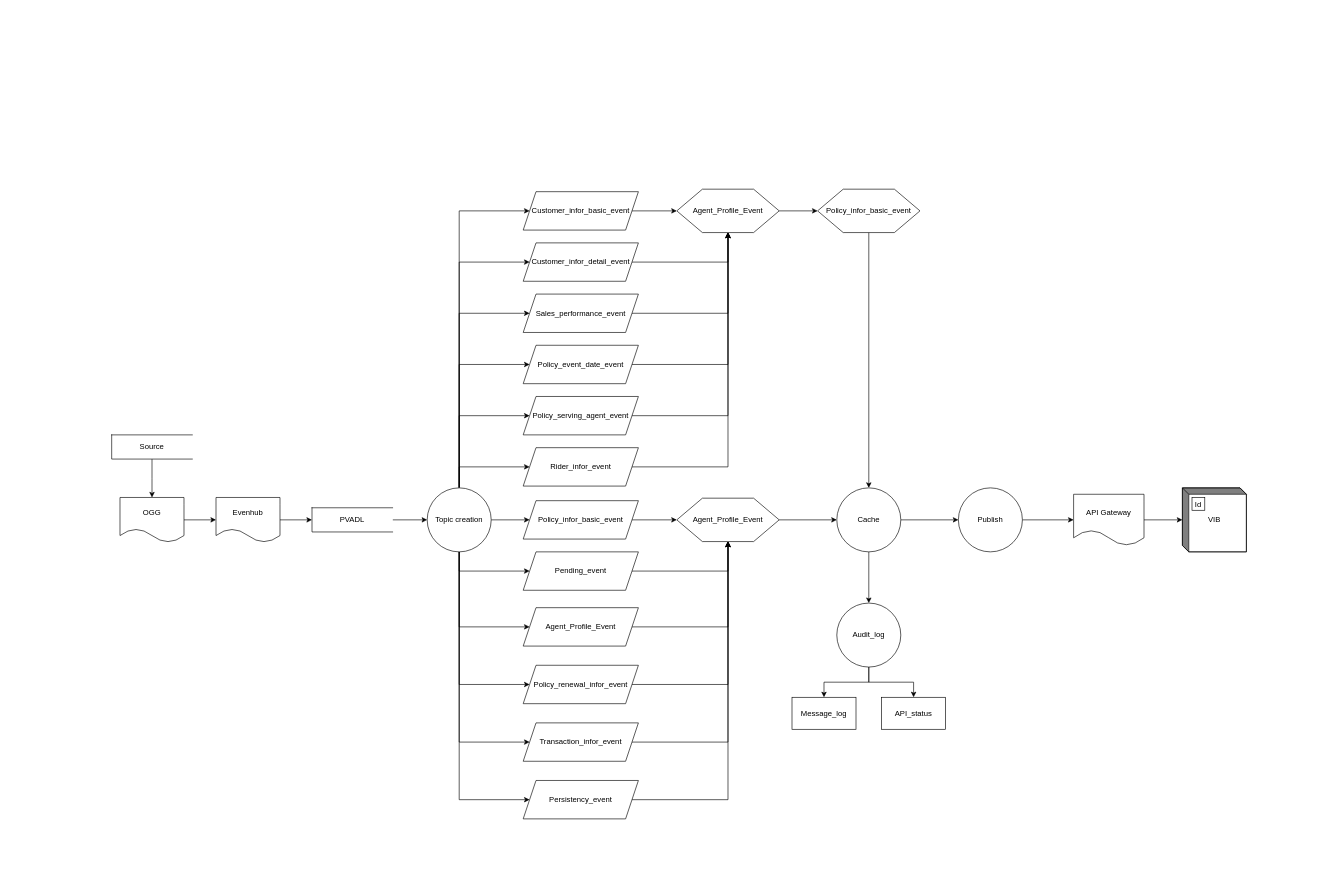
The draw.io diagram DFD VIB.drawio.xml in EpicM97/EpicM, before the edit. Source tidied: cells renumbered, new cells numbered last; positions are measured from the earlier drawing's top-left corner, leaving out a move shared by most shapes. Both pictures are drawn from the tidied source at 64%, with x=0, y=0 at pixel (111, 189).
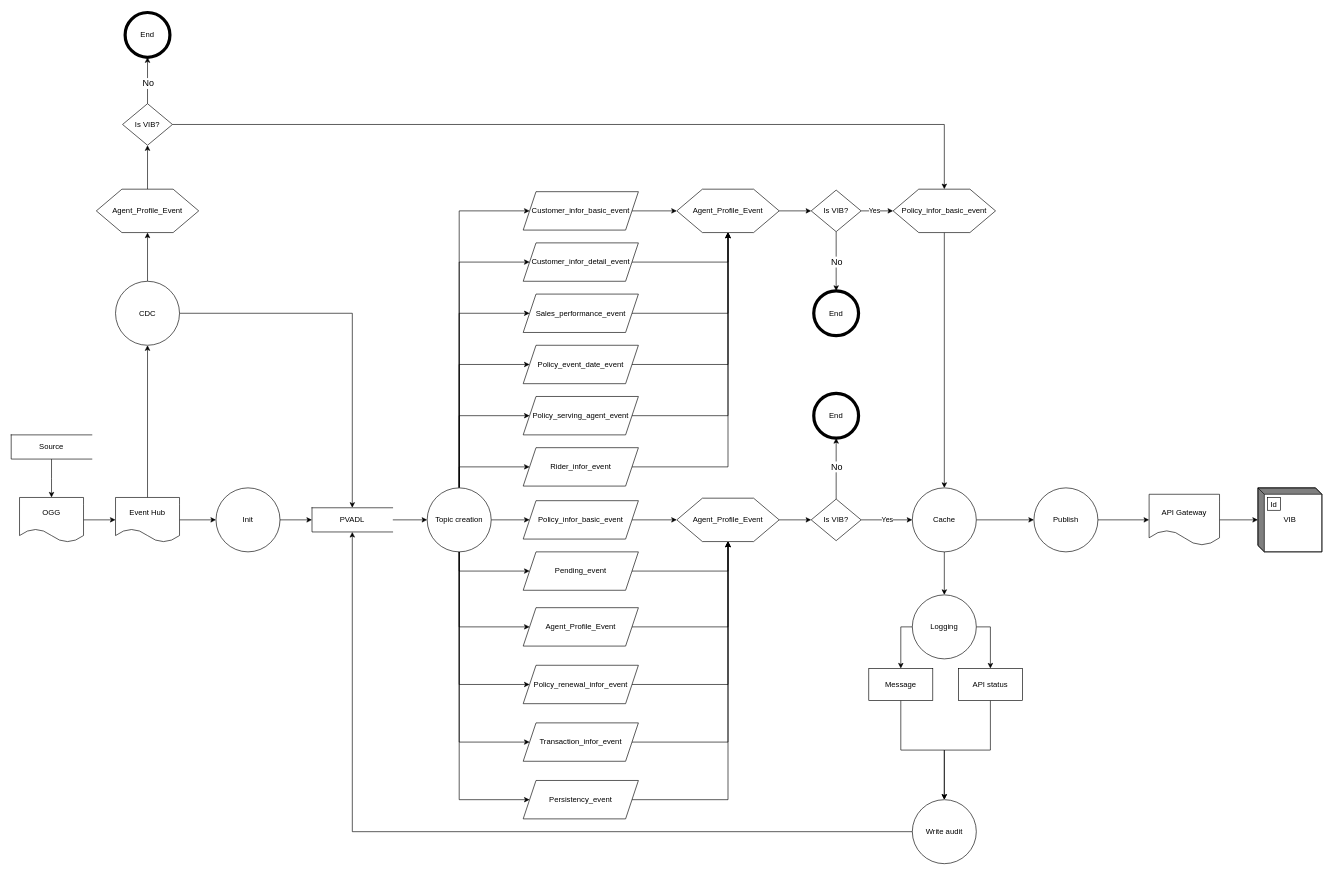
After the change.

The change refers to these unchanged cells:
```xml
<mxCell id="14" value="PVADL" style="html=1;dashed=0;whiteSpace=wrap;shape=partialRectangle;right=0;" parent="1" vertex="1">
  <mxGeometry x="313" y="497.9" width="125.9" height="37.8" as="geometry" />
</mxCell>
<mxCell id="51" value="Agent_Profile_Event" style="shape=hexagon;perimeter=hexagonPerimeter2;whiteSpace=wrap;html=1;size=0.25;" parent="1" vertex="1">
  <mxGeometry x="883" y="482.9" width="160" height="67.8" as="geometry" />
</mxCell>
<mxCell id="58" value="Agent_Profile_Event" style="shape=hexagon;perimeter=hexagonPerimeter2;whiteSpace=wrap;html=1;size=0.25;" parent="1" vertex="1">
  <mxGeometry x="883" y="0.1" width="160" height="67.8" as="geometry" />
</mxCell>
```

What changed in the source:
```diff
@@
     <mxCell id="4" value="API Gateway" style="shape=document;whiteSpace=wrap;html=1;boundedLbl=1;dashed=0;flipH=1;" parent="1" vertex="1">
-      <mxGeometry x="1503" y="476.8" width="110" height="80" as="geometry" />
+      <mxGeometry x="1621" y="476.8" width="110" height="80" as="geometry" />
     </mxCell>
-    <mxCell id="5" style="edgeStyle=orthogonalEdgeStyle;rounded=0;jettySize=auto;html=1;entryX=0;entryY=0.5;entryDx=0;entryDy=0;" parent="1" edge="1" source="6" target="14">
-      <mxGeometry relative="1" as="geometry" />
-    </mxCell>
+    <mxCell id="68" style="edgeStyle=orthogonalEdgeStyle;rounded=0;jettySize=auto;html=1;entryX=0;entryY=0.5;entryDx=0;entryDy=0;" parent="1" edge="1" source="6" target="94">
+      <mxGeometry relative="1" as="geometry" />
+    </mxCell>
+    <mxCell id="69" style="edgeStyle=orthogonalEdgeStyle;rounded=0;jettySize=auto;html=1;entryX=0.5;entryY=1;entryDx=0;entryDy=0;" parent="1" edge="1" source="6" target="92">
+      <mxGeometry relative="1" as="geometry" />
+    </mxCell>
-    <mxCell id="6" value="Evenhub" style="shape=document;whiteSpace=wrap;html=1;boundedLbl=1;dashed=0;flipH=1;" parent="1" vertex="1">
-      <mxGeometry x="163" y="481.8" width="100" height="70" as="geometry" />
+    <mxCell id="6" value="Event Hub" style="shape=document;whiteSpace=wrap;html=1;boundedLbl=1;dashed=0;flipH=1;" parent="1" vertex="1">
+      <mxGeometry x="6" y="481.8" width="100" height="70" as="geometry" />
     </mxCell>
@@
     <mxCell id="8" value="OGG" style="shape=document;whiteSpace=wrap;html=1;boundedLbl=1;dashed=0;flipH=1;" parent="1" vertex="1">
-      <mxGeometry x="13" y="481.8" width="100" height="70" as="geometry" />
+      <mxGeometry x="-144" y="481.8" width="100" height="70" as="geometry" />
     </mxCell>
     <mxCell id="9" value="VIB" style="html=1;dashed=0;whiteSpace=wrap;shape=mxgraph.dfd.externalEntity;" parent="1" vertex="1">
-      <mxGeometry x="1673" y="466.8" width="100" height="100" as="geometry" />
+      <mxGeometry x="1791" y="466.8" width="100" height="100" as="geometry" />
     </mxCell>
@@
     <mxCell id="12" value="Source" style="html=1;dashed=0;whiteSpace=wrap;shape=partialRectangle;right=0;" parent="1" vertex="1">
-      <mxGeometry y="384" width="125.9" height="37.8" as="geometry" />
+      <mxGeometry x="-157" y="384" width="125.9" height="37.8" as="geometry" />
     </mxCell>
@@
-    <mxCell id="50" style="edgeStyle=orthogonalEdgeStyle;rounded=0;jettySize=auto;html=1;entryX=0;entryY=0.5;entryDx=0;entryDy=0;" parent="1" edge="1" source="51" target="56">
-      <mxGeometry relative="1" as="geometry" />
-    </mxCell>
@@
     <mxCell id="53" value="Policy_infor_basic_event" style="shape=hexagon;perimeter=hexagonPerimeter2;whiteSpace=wrap;html=1;size=0.25;" parent="1" vertex="1">
-      <mxGeometry x="1103" y="0.1" width="160" height="67.8" as="geometry" />
+      <mxGeometry x="1221" y="0.1" width="160" height="67.8" as="geometry" />
     </mxCell>
@@
     <mxCell id="56" value="Cache" style="ellipse;whiteSpace=wrap;html=1;" parent="1" vertex="1">
-      <mxGeometry x="1133" y="466.8" width="100" height="100" as="geometry" />
+      <mxGeometry x="1251" y="466.8" width="100" height="100" as="geometry" />
     </mxCell>
-    <mxCell id="57" style="edgeStyle=orthogonalEdgeStyle;rounded=0;jettySize=auto;html=1;" parent="1" edge="1" source="58" target="53">
-      <mxGeometry relative="1" as="geometry" />
-    </mxCell>
+    <mxCell id="70" style="edgeStyle=orthogonalEdgeStyle;rounded=0;jettySize=auto;html=1;" parent="1" edge="1" source="58" target="77">
+      <mxGeometry relative="1" as="geometry" />
+    </mxCell>
@@
     <mxCell id="62" value="Publish" style="ellipse;whiteSpace=wrap;html=1;" parent="1" vertex="1">
-      <mxGeometry x="1323" y="466.8" width="100" height="100" as="geometry" />
+      <mxGeometry x="1441" y="466.8" width="100" height="100" as="geometry" />
     </mxCell>
     <mxCell id="63" style="edgeStyle=orthogonalEdgeStyle;rounded=0;jettySize=auto;html=1;entryX=0.5;entryY=0;entryDx=0;entryDy=0;" parent="1" edge="1" source="65" target="66">
-      <mxGeometry relative="1" as="geometry" />
+      <mxGeometry relative="1" as="geometry">
+        <Array as="points">
+          <mxPoint x="1233" y="684" />
+        </Array>
+      </mxGeometry>
     </mxCell>
-    <mxCell id="64" style="edgeStyle=orthogonalEdgeStyle;rounded=0;jettySize=auto;html=1;entryX=0.5;entryY=0;entryDx=0;entryDy=0;" parent="1" edge="1" source="65" target="67">
-      <mxGeometry relative="1" as="geometry" />
-    </mxCell>
+    <mxCell id="71" style="edgeStyle=orthogonalEdgeStyle;rounded=0;jettySize=auto;html=1;entryX=0.5;entryY=0;entryDx=0;entryDy=0;" parent="1" edge="1" source="65" target="80">
+      <mxGeometry relative="1" as="geometry">
+        <Array as="points">
+          <mxPoint x="1373" y="684" />
+        </Array>
+      </mxGeometry>
+    </mxCell>
-    <mxCell id="65" value="Audit_log" style="ellipse;whiteSpace=wrap;html=1;" parent="1" vertex="1">
-      <mxGeometry x="1133" y="646.8" width="100" height="100" as="geometry" />
+    <mxCell id="65" value="Logging" style="ellipse;whiteSpace=wrap;html=1;" parent="1" vertex="1">
+      <mxGeometry x="1251" y="634" width="100" height="100" as="geometry" />
     </mxCell>
+    <mxCell id="72" style="edgeStyle=orthogonalEdgeStyle;rounded=0;jettySize=auto;html=1;entryX=0.5;entryY=0;entryDx=0;entryDy=0;" parent="1" edge="1" source="66" target="82">
+      <mxGeometry relative="1" as="geometry" />
+    </mxCell>
-    <mxCell id="66" value="Message_log" style="html=1;dashed=0;whiteSpace=wrap;" parent="1" vertex="1">
-      <mxGeometry x="1063" y="794" width="100" height="50" as="geometry" />
+    <mxCell id="66" value="Message" style="html=1;dashed=0;whiteSpace=wrap;" parent="1" vertex="1">
+      <mxGeometry x="1183" y="749" width="100" height="50" as="geometry" />
     </mxCell>
-    <mxCell id="67" value="API_status" style="html=1;dashed=0;whiteSpace=wrap;" parent="1" vertex="1">
-      <mxGeometry x="1203" y="794" width="100" height="50" as="geometry" />
-    </mxCell>
+    <mxCell id="73" style="edgeStyle=orthogonalEdgeStyle;rounded=0;jettySize=auto;html=1;entryX=0;entryY=0.5;entryDx=0;entryDy=0;" parent="1" edge="1" source="77" target="53">
+      <mxGeometry relative="1" as="geometry" />
+    </mxCell>
+    <mxCell id="74" value="Yes" style="edgeLabel;html=1;align=center;verticalAlign=middle;" parent="73" vertex="1">
+      <mxGeometry x="-0.21" y="1" relative="1" as="geometry" />
+    </mxCell>
+    <mxCell id="75" style="edgeStyle=orthogonalEdgeStyle;rounded=0;jettySize=auto;html=1;entryX=0.5;entryY=0;entryDx=0;entryDy=0;" parent="1" edge="1" source="77" target="78">
+      <mxGeometry relative="1" as="geometry" />
+    </mxCell>
+    <mxCell id="76" value="No" style="edgeLabel;html=1;align=center;verticalAlign=middle;fontSize=14;" parent="75" vertex="1">
+      <mxGeometry x="-0.42" y="2" relative="1" as="geometry">
+        <mxPoint x="-2" y="20" as="offset" />
+      </mxGeometry>
+    </mxCell>
+    <mxCell id="77" value="Is VIB?" style="shape=rhombus;html=1;dashed=0;whiteSpace=wrap;perimeter=rhombusPerimeter;" parent="1" vertex="1">
+      <mxGeometry x="1093" y="1.5" width="78" height="65" as="geometry" />
+    </mxCell>
+    <mxCell id="78" value="End" style="shape=ellipse;html=1;dashed=0;whiteSpace=wrap;strokeWidth=5;perimeter=ellipsePerimeter;" parent="1" vertex="1">
+      <mxGeometry x="1097" y="159" width="70" height="70" as="geometry" />
+    </mxCell>
+    <mxCell id="79" style="edgeStyle=orthogonalEdgeStyle;rounded=0;jettySize=auto;html=1;entryX=0.5;entryY=0;entryDx=0;entryDy=0;" parent="1" edge="1" source="80" target="82">
+      <mxGeometry relative="1" as="geometry" />
+    </mxCell>
+    <mxCell id="80" value="API status" style="html=1;dashed=0;whiteSpace=wrap;" parent="1" vertex="1">
+      <mxGeometry x="1323" y="749" width="100" height="50" as="geometry" />
+    </mxCell>
+    <mxCell id="81" style="edgeStyle=orthogonalEdgeStyle;rounded=0;jettySize=auto;html=1;entryX=0.5;entryY=1;entryDx=0;entryDy=0;" parent="1" edge="1" source="82" target="14">
+      <mxGeometry relative="1" as="geometry" />
+    </mxCell>
+    <mxCell id="82" value="Write audit" style="ellipse;whiteSpace=wrap;html=1;" parent="1" vertex="1">
+      <mxGeometry x="1251" y="954" width="100" height="100" as="geometry" />
+    </mxCell>
+    <mxCell id="83" style="edgeStyle=orthogonalEdgeStyle;rounded=0;jettySize=auto;html=1;exitX=1;exitY=0.5;exitDx=0;exitDy=0;" parent="1" edge="1" source="51" target="88">
+      <mxGeometry relative="1" as="geometry" />
+    </mxCell>
+    <mxCell id="84" style="edgeStyle=orthogonalEdgeStyle;rounded=0;jettySize=auto;html=1;entryX=0;entryY=0.5;entryDx=0;entryDy=0;" parent="1" edge="1" source="88" target="56">
+      <mxGeometry relative="1" as="geometry" />
+    </mxCell>
+    <mxCell id="85" value="Yes" style="edgeLabel;html=1;align=center;verticalAlign=middle;" parent="84" vertex="1">
+      <mxGeometry y="2" relative="1" as="geometry">
+        <mxPoint y="2" as="offset" />
+      </mxGeometry>
+    </mxCell>
+    <mxCell id="86" style="edgeStyle=orthogonalEdgeStyle;rounded=0;jettySize=auto;html=1;entryX=0.5;entryY=1;entryDx=0;entryDy=0;" parent="1" edge="1" source="88" target="89">
+      <mxGeometry relative="1" as="geometry" />
+    </mxCell>
+    <mxCell id="87" value="No" style="edgeLabel;html=1;align=center;verticalAlign=middle;fontSize=14;" parent="86" vertex="1">
+      <mxGeometry x="-0.42" y="2" relative="1" as="geometry">
+        <mxPoint x="2" y="-23" as="offset" />
+      </mxGeometry>
+    </mxCell>
+    <mxCell id="88" value="Is VIB?" style="shape=rhombus;html=1;dashed=0;whiteSpace=wrap;perimeter=rhombusPerimeter;" parent="1" vertex="1">
+      <mxGeometry x="1093" y="484.3" width="78" height="65" as="geometry" />
+    </mxCell>
+    <mxCell id="89" value="End" style="shape=ellipse;html=1;dashed=0;whiteSpace=wrap;strokeWidth=5;perimeter=ellipsePerimeter;" parent="1" vertex="1">
+      <mxGeometry x="1097" y="319" width="70" height="70" as="geometry" />
+    </mxCell>
+    <mxCell id="90" style="edgeStyle=orthogonalEdgeStyle;rounded=0;jettySize=auto;html=1;entryX=0.5;entryY=0;entryDx=0;entryDy=0;" parent="1" edge="1" source="92" target="14">
+      <mxGeometry relative="1" as="geometry" />
+    </mxCell>
+    <mxCell id="91" style="edgeStyle=orthogonalEdgeStyle;rounded=0;jettySize=auto;html=1;entryX=0.5;entryY=1;entryDx=0;entryDy=0;" parent="1" edge="1" source="92" target="96">
+      <mxGeometry relative="1" as="geometry" />
+    </mxCell>
+    <mxCell id="92" value="CDC" style="ellipse;whiteSpace=wrap;html=1;" parent="1" vertex="1">
+      <mxGeometry x="6" y="144" width="100" height="100" as="geometry" />
+    </mxCell>
+    <mxCell id="93" style="edgeStyle=orthogonalEdgeStyle;rounded=0;jettySize=auto;html=1;entryX=0;entryY=0.5;entryDx=0;entryDy=0;" parent="1" edge="1" source="94" target="14">
+      <mxGeometry relative="1" as="geometry" />
+    </mxCell>
+    <mxCell id="94" value="Init" style="ellipse;whiteSpace=wrap;html=1;" parent="1" vertex="1">
+      <mxGeometry x="163" y="466.8" width="100" height="100" as="geometry" />
+    </mxCell>
+    <mxCell id="95" style="edgeStyle=orthogonalEdgeStyle;rounded=0;jettySize=auto;html=1;entryX=0.5;entryY=1;entryDx=0;entryDy=0;" parent="1" edge="1" source="96" target="100">
+      <mxGeometry relative="1" as="geometry" />
+    </mxCell>
+    <mxCell id="96" value="Agent_Profile_Event" style="shape=hexagon;perimeter=hexagonPerimeter2;whiteSpace=wrap;html=1;size=0.25;" parent="1" vertex="1">
+      <mxGeometry x="-24" y="0.1" width="160" height="67.8" as="geometry" />
+    </mxCell>
+    <mxCell id="97" style="edgeStyle=orthogonalEdgeStyle;rounded=0;jettySize=auto;html=1;entryX=0.5;entryY=1;entryDx=0;entryDy=0;" parent="1" edge="1" source="100" target="101">
+      <mxGeometry relative="1" as="geometry" />
+    </mxCell>
+    <mxCell id="98" value="No" style="edgeLabel;html=1;align=center;verticalAlign=middle;fontSize=14;" parent="97" vertex="1">
+      <mxGeometry x="-0.42" y="2" relative="1" as="geometry">
+        <mxPoint x="2" y="-11" as="offset" />
+      </mxGeometry>
+    </mxCell>
+    <mxCell id="99" style="edgeStyle=orthogonalEdgeStyle;rounded=0;jettySize=auto;html=1;entryX=0.5;entryY=0;entryDx=0;entryDy=0;" parent="1" edge="1" source="100" target="53">
+      <mxGeometry relative="1" as="geometry" />
+    </mxCell>
+    <mxCell id="100" value="Is VIB?" style="shape=rhombus;html=1;dashed=0;whiteSpace=wrap;perimeter=rhombusPerimeter;" parent="1" vertex="1">
+      <mxGeometry x="17" y="-133.5" width="78" height="65" as="geometry" />
+    </mxCell>
+    <mxCell id="101" value="End" style="shape=ellipse;html=1;dashed=0;whiteSpace=wrap;strokeWidth=5;perimeter=ellipsePerimeter;" parent="1" vertex="1">
+      <mxGeometry x="21" y="-276" width="70" height="70" as="geometry" />
+    </mxCell>
```
